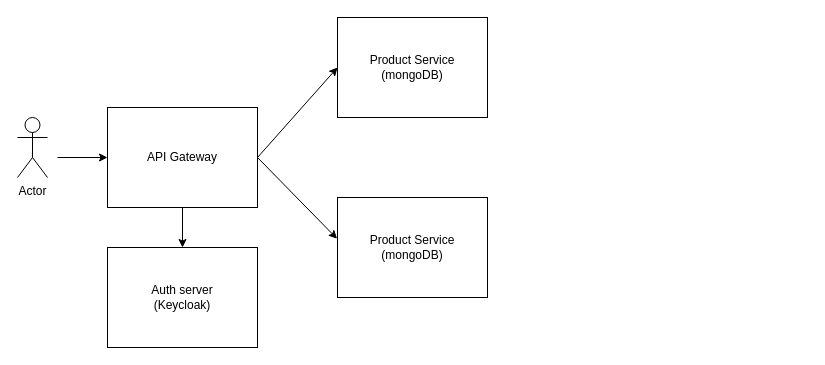
The draw.io diagram app-diagram.drawio in vladislavnikonov/microservices, before the edit. Source tidied: cells renumbered, new cells numbered last; positions are measured from the earlier drawing's top-left corner, leaving out a move shared by most shapes. Both pictures are drawn from the tidied source at 100%, with x=0, y=0 at pixel (17, 17).
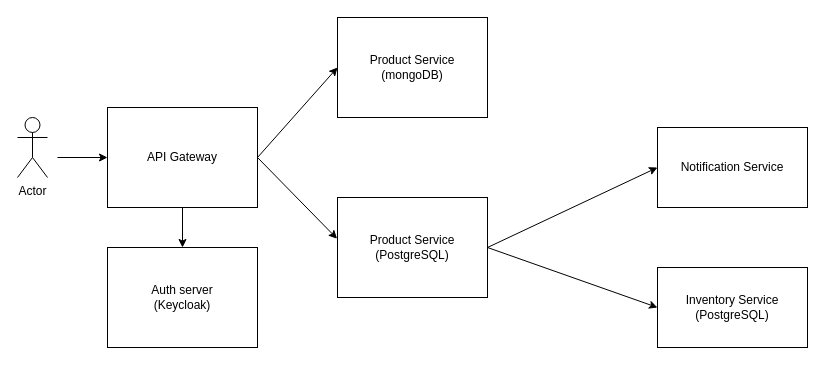
The same diagram, later.

Diff of the diagram source:
```diff
@@
 <mxGraphModel>
   <root>
     <mxCell id="0" />
     <mxCell id="1" parent="0" />
     <mxCell id="2" value="API Gateway" style="rounded=0;whiteSpace=wrap;html=1;" parent="1" vertex="1">
       <mxGeometry x="90" y="90" width="150" height="100" as="geometry" />
     </mxCell>
     <mxCell id="3" value="Actor" style="shape=umlActor;verticalLabelPosition=bottom;verticalAlign=top;html=1;" parent="1" vertex="1">
       <mxGeometry y="100" width="30" height="60" as="geometry" />
     </mxCell>
     <mxCell id="4" value="Auth server&lt;br&gt;(Keycloak)" style="rounded=0;whiteSpace=wrap;html=1;" parent="1" vertex="1">
       <mxGeometry x="90" y="230" width="150" height="100" as="geometry" />
     </mxCell>
     <mxCell id="5" style="endArrow=classic;html=1;rounded=0;exitX=0.5;exitY=1;exitDx=0;exitDy=0;entryX=0.5;entryY=0;entryDx=0;entryDy=0;" parent="1" edge="1" source="2" target="4">
       <mxGeometry relative="1" as="geometry" />
     </mxCell>
     <mxCell id="6" value="Product Service&lt;br&gt;(mongoDB)" style="rounded=0;whiteSpace=wrap;html=1;" parent="1" vertex="1">
       <mxGeometry x="320" width="150" height="100" as="geometry" />
     </mxCell>
     <mxCell id="7" style="endArrow=classic;html=1;rounded=0;exitX=1;exitY=0.5;exitDx=0;exitDy=0;entryX=0;entryY=0.5;entryDx=0;entryDy=0;" parent="1" edge="1" source="2" target="6">
       <mxGeometry relative="1" as="geometry" />
     </mxCell>
-    <mxCell id="8" value="Product Service&lt;br&gt;(mongoDB)" style="rounded=0;whiteSpace=wrap;html=1;" parent="1" vertex="1">
+    <mxCell id="8" value="Product Service&lt;br&gt;(PostgreSQL)" style="rounded=0;whiteSpace=wrap;html=1;" parent="1" vertex="1">
       <mxGeometry x="320" y="180" width="150" height="100" as="geometry" />
     </mxCell>
     <mxCell id="9" style="endArrow=classic;html=1;rounded=0;exitX=1;exitY=0.5;exitDx=0;exitDy=0;entryX=-0.003;entryY=0.412;entryDx=0;entryDy=0;entryPerimeter=0;" parent="1" edge="1" source="2" target="8">
       <mxGeometry relative="1" as="geometry" />
     </mxCell>
     <mxCell id="10" style="endArrow=classic;html=1;rounded=0;entryX=0;entryY=0.5;entryDx=0;entryDy=0;" parent="1" edge="1" target="2">
       <mxGeometry relative="1" as="geometry">
         <mxPoint x="40" y="140" as="sourcePoint" />
       </mxGeometry>
     </mxCell>
+    <mxCell id="11" value="Notification Service" style="rounded=0;whiteSpace=wrap;html=1;" parent="1" vertex="1">
+      <mxGeometry x="640" y="110" width="150" height="80" as="geometry" />
+    </mxCell>
+    <mxCell id="12" value="Inventory Service&lt;br&gt;(PostgreSQL)" style="rounded=0;whiteSpace=wrap;html=1;" parent="1" vertex="1">
+      <mxGeometry x="640" y="250" width="150" height="80" as="geometry" />
+    </mxCell>
+    <mxCell id="13" style="endArrow=classic;html=1;rounded=0;entryX=0;entryY=0.5;entryDx=0;entryDy=0;exitX=1;exitY=0.5;exitDx=0;exitDy=0;" parent="1" edge="1" source="8" target="11">
+      <mxGeometry relative="1" as="geometry" />
+    </mxCell>
+    <mxCell id="14" style="endArrow=classic;html=1;rounded=0;entryX=0;entryY=0.5;entryDx=0;entryDy=0;exitX=1;exitY=0.5;exitDx=0;exitDy=0;" parent="1" edge="1" source="8" target="12">
+      <mxGeometry relative="1" as="geometry" />
+    </mxCell>
   </root>
 </mxGraphModel>
```
